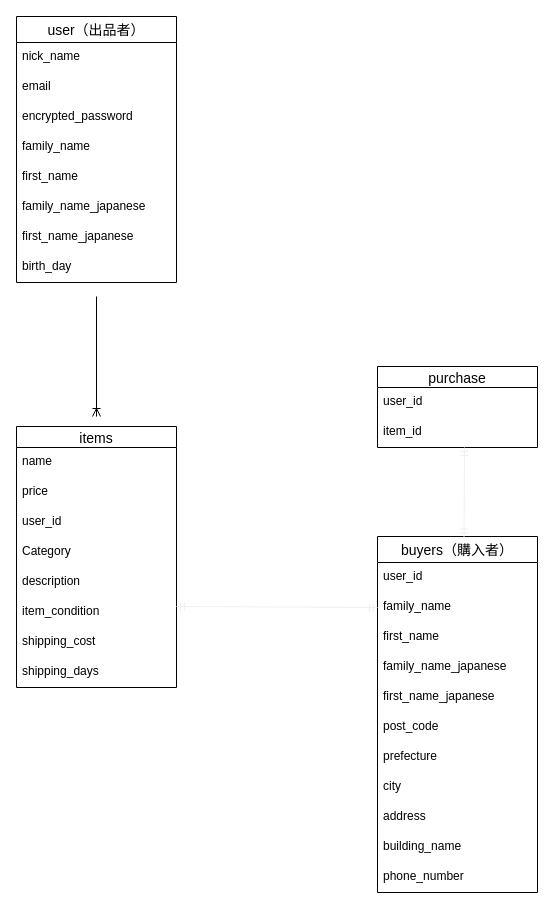
Above: test.dio in InuiRyoutaro/furima-34280 (draw.io), before the change. Source tidied: cells renumbered, new cells numbered last; positions are measured from the earlier drawing's top-left corner, leaving out a move shared by most shapes. Both pictures are drawn from the tidied source at 100%, with x=0, y=0 at pixel (16, 16).
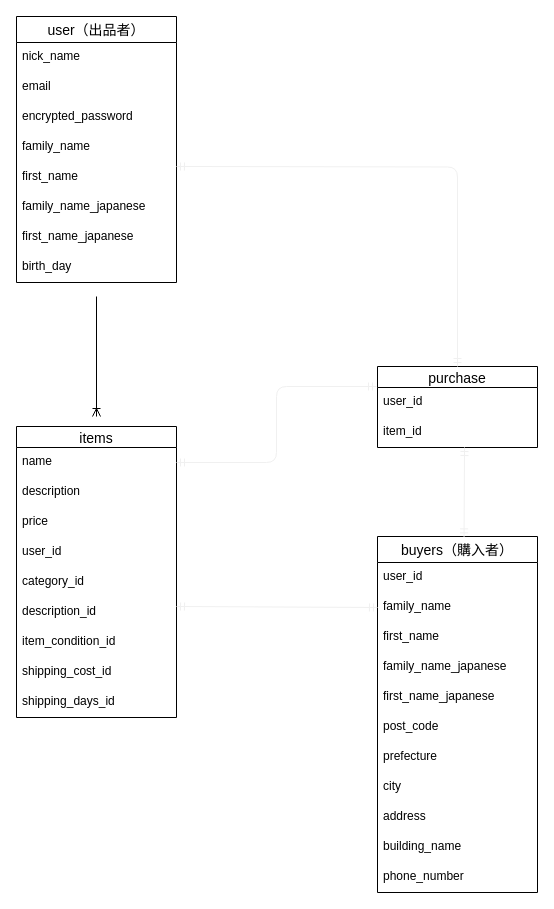
The same page after the edit.

Commit message (it also covers changes not shown here):
ER図及びREADME再修正

Unchanged cells that the change refers to:
```xml
<mxCell id="13" value="name " style="text;strokeColor=none;fillColor=none;spacingLeft=4;spacingRight=4;overflow=hidden;points=[[0,0.5],[1,0.5]];portConstraint=eastwest;fontSize=12;" parent="12" vertex="1">
  <mxGeometry y="21" width="160" height="30" as="geometry" />
</mxCell>
<mxCell id="33" value="purchase" style="swimlane;fontStyle=0;horizontal=1;startSize=21;align=center;fontSize=14;" parent="1" vertex="1">
  <mxGeometry x="361" y="350" width="160" height="81" as="geometry" />
</mxCell>
```

The edit, as a diff of the source:
```diff
@@
     <mxCell id="12" value="items" style="swimlane;fontStyle=0;horizontal=1;startSize=21;align=center;fontSize=14;" parent="1" vertex="1">
-      <mxGeometry y="410" width="160" height="261" as="geometry" />
+      <mxGeometry y="410" width="160" height="291" as="geometry" />
     </mxCell>
@@
+    <mxCell id="39" value="description" style="text;strokeColor=none;fillColor=none;spacingLeft=4;spacingRight=4;overflow=hidden;fontSize=12;" parent="12" vertex="1">
+      <mxGeometry y="51" width="160" height="30" as="geometry" />
+    </mxCell>
     <mxCell id="14" value="price" style="text;strokeColor=none;fillColor=none;spacingLeft=4;spacingRight=4;overflow=hidden;fontSize=12;" parent="12" vertex="1">
-      <mxGeometry y="51" width="160" height="30" as="geometry" />
+      <mxGeometry y="81" width="160" height="30" as="geometry" />
     </mxCell>
     <mxCell id="15" value="user_id &#10;" style="text;strokeColor=none;fillColor=none;spacingLeft=4;spacingRight=4;overflow=hidden;fontSize=12;" parent="12" vertex="1">
-      <mxGeometry y="81" width="160" height="30" as="geometry" />
+      <mxGeometry y="111" width="160" height="30" as="geometry" />
     </mxCell>
-    <mxCell id="16" value="Category" style="text;strokeColor=none;fillColor=none;spacingLeft=4;spacingRight=4;overflow=hidden;fontSize=12;" parent="12" vertex="1">
-      <mxGeometry y="111" width="160" height="30" as="geometry" />
+    <mxCell id="16" value="category_id&#10;&#10;" style="text;strokeColor=none;fillColor=none;spacingLeft=4;spacingRight=4;overflow=hidden;fontSize=12;" parent="12" vertex="1">
+      <mxGeometry y="141" width="160" height="30" as="geometry" />
     </mxCell>
-    <mxCell id="17" value="description" style="text;strokeColor=none;fillColor=none;spacingLeft=4;spacingRight=4;overflow=hidden;fontSize=12;" parent="12" vertex="1">
-      <mxGeometry y="141" width="160" height="30" as="geometry" />
+    <mxCell id="17" value="description_id" style="text;strokeColor=none;fillColor=none;spacingLeft=4;spacingRight=4;overflow=hidden;fontSize=12;" parent="12" vertex="1">
+      <mxGeometry y="171" width="160" height="30" as="geometry" />
     </mxCell>
-    <mxCell id="18" value="item_condition" style="text;strokeColor=none;fillColor=none;spacingLeft=4;spacingRight=4;overflow=hidden;fontSize=12;" parent="12" vertex="1">
-      <mxGeometry y="171" width="160" height="30" as="geometry" />
+    <mxCell id="18" value="item_condition_id" style="text;strokeColor=none;fillColor=none;spacingLeft=4;spacingRight=4;overflow=hidden;fontSize=12;" parent="12" vertex="1">
+      <mxGeometry y="201" width="160" height="30" as="geometry" />
     </mxCell>
-    <mxCell id="19" value="shipping_cost " style="text;strokeColor=none;fillColor=none;spacingLeft=4;spacingRight=4;overflow=hidden;fontSize=12;" parent="12" vertex="1">
-      <mxGeometry y="201" width="160" height="30" as="geometry" />
+    <mxCell id="19" value="shipping_cost_id" style="text;strokeColor=none;fillColor=none;spacingLeft=4;spacingRight=4;overflow=hidden;fontSize=12;" parent="12" vertex="1">
+      <mxGeometry y="231" width="160" height="30" as="geometry" />
     </mxCell>
-    <mxCell id="20" value="shipping_days" style="text;strokeColor=none;fillColor=none;spacingLeft=4;spacingRight=4;overflow=hidden;fontSize=12;" parent="12" vertex="1">
-      <mxGeometry y="231" width="160" height="30" as="geometry" />
+    <mxCell id="20" value="shipping_days_id" style="text;strokeColor=none;fillColor=none;spacingLeft=4;spacingRight=4;overflow=hidden;fontSize=12;" parent="12" vertex="1">
+      <mxGeometry y="261" width="160" height="30" as="geometry" />
     </mxCell>
@@
+    <mxCell id="40" style="edgeStyle=orthogonalEdgeStyle;fontSize=12;html=1;endArrow=ERmandOne;startArrow=ERmandOne;strokeColor=#f0f0f0;" parent="1" edge="1" target="33">
+      <mxGeometry relative="1" as="geometry">
+        <mxPoint x="160" y="150" as="sourcePoint" />
+      </mxGeometry>
+    </mxCell>
+    <mxCell id="41" style="edgeStyle=orthogonalEdgeStyle;fontSize=12;html=1;endArrow=ERmandOne;startArrow=ERmandOne;strokeColor=#f0f0f0;exitX=1;exitY=0.5;exitDx=0;exitDy=0;" parent="1" edge="1" source="13">
+      <mxGeometry relative="1" as="geometry">
+        <mxPoint x="360" y="370" as="targetPoint" />
+        <Array as="points">
+          <mxPoint x="260" y="446" />
+          <mxPoint x="260" y="370" />
+        </Array>
+      </mxGeometry>
+    </mxCell>
```
